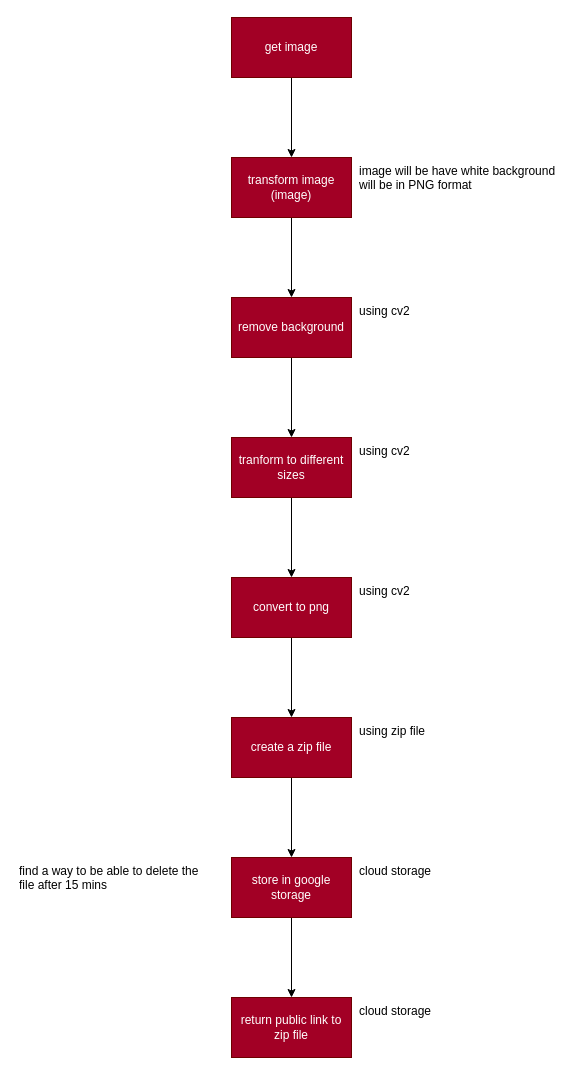
This is design.drawio from hamzaafridi/icon-generator, a draw.io file, before an edit. Source tidied: cells renumbered, new cells numbered last; positions are measured from the earlier drawing's top-left corner, leaving out a move shared by most shapes. Both pictures are drawn from the tidied source at 100%, with x=0, y=0 at pixel (17, 17).
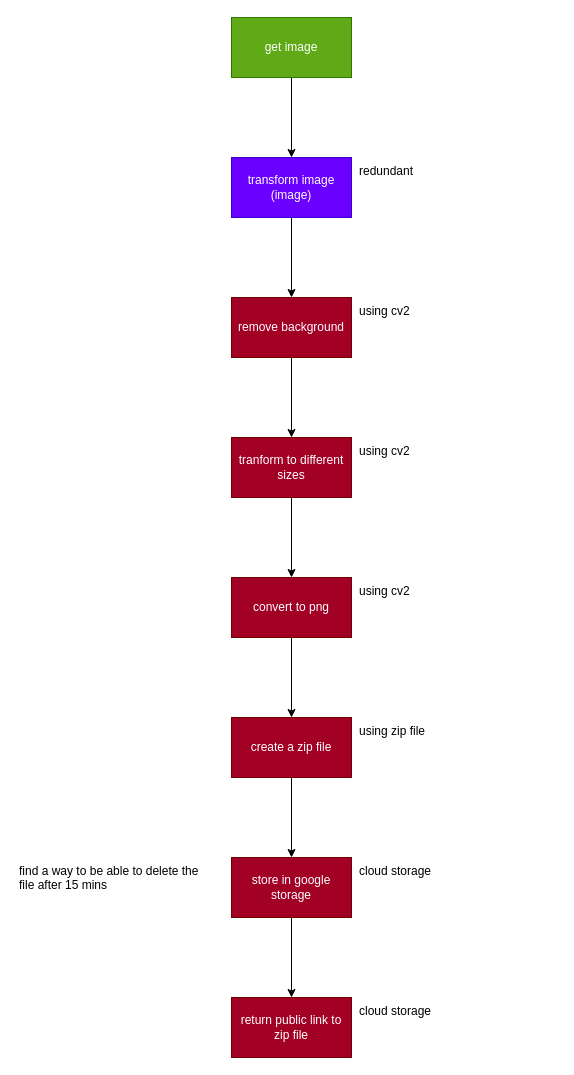
Above is the later version.

The edit, as a diff of the source:
```diff
@@
-    <mxCell id="4" value="transform image (image)" style="rounded=0;whiteSpace=wrap;html=1;fillColor=#a20025;strokeColor=#6F0000;fontColor=#ffffff;" parent="1" vertex="1">
+    <mxCell id="4" value="transform image (image)" style="rounded=0;whiteSpace=wrap;html=1;fillColor=#6a00ff;strokeColor=#3700CC;fontColor=#ffffff;" parent="1" vertex="1">
       <mxGeometry x="214" y="140" width="120" height="60" as="geometry" />
     </mxCell>
-    <mxCell id="5" value="get image" style="rounded=0;whiteSpace=wrap;html=1;fillColor=#a20025;strokeColor=#6F0000;fontColor=#ffffff;" parent="1" vertex="1">
+    <mxCell id="5" value="get image" style="rounded=0;whiteSpace=wrap;html=1;fillColor=#60a917;strokeColor=#2D7600;fontColor=#ffffff;" parent="1" vertex="1">
       <mxGeometry x="214" width="120" height="60" as="geometry" />
     </mxCell>
@@
-    <mxCell id="17" value="image will be have white background&lt;br&gt;will be in PNG format" style="text;html=1;strokeColor=none;fillColor=none;align=left;verticalAlign=top;whiteSpace=wrap;rounded=0;" parent="1" vertex="1">
+    <mxCell id="17" value="redundant" style="text;html=1;strokeColor=none;fillColor=none;align=left;verticalAlign=top;whiteSpace=wrap;rounded=0;" parent="1" vertex="1">
       <mxGeometry x="340" y="140" width="200" height="60" as="geometry" />
     </mxCell>
```
